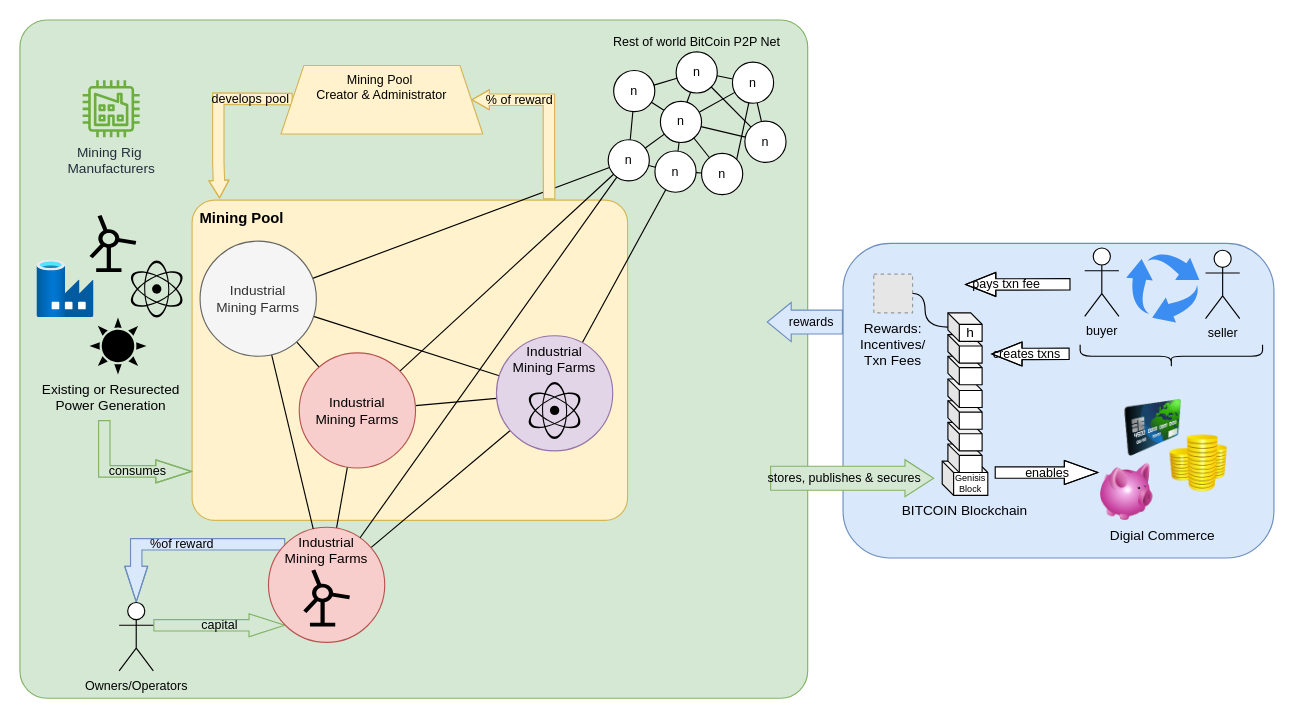
abs2023/tdocs keeps this draw.io diagram as page "Stage 4 - Energy Integration" (4 of 5) of source/macro.drawio. Above is the earlier version. Source tidied: cells renumbered, new cells numbered last; positions are measured from the earlier drawing's top-left corner, leaving out a move shared by most shapes. Both pictures are drawn from the tidied source at 114%, with x=0, y=0 at pixel (19, 19). Pictures stored in the file or linked from it are replaced by grey dashed boxes.
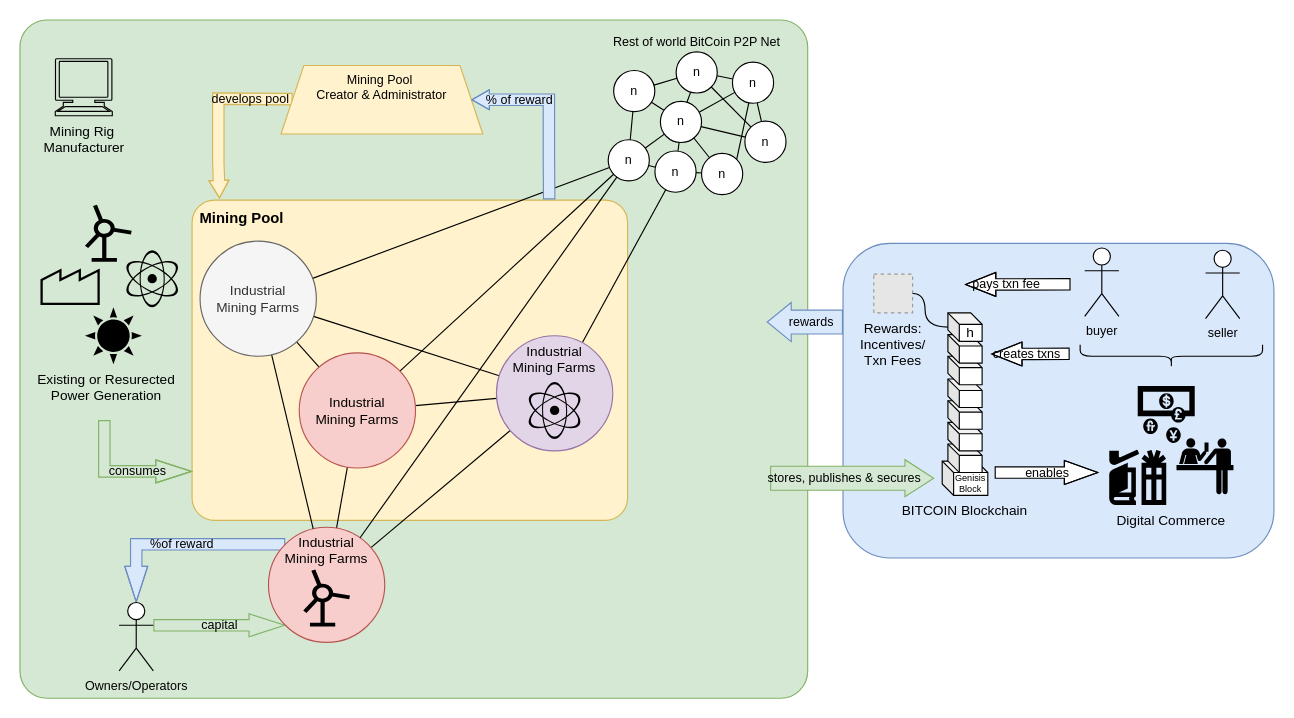
After the change.

The change refers to these unchanged cells:
```xml
<mxCell id="3" style="group;" parent="1" vertex="1">
  <mxGeometry x="640" y="196" width="460" height="276" as="geometry" />
</mxCell>
<mxCell id="27" value="&lt;b style=&quot;font-size: 13px;&quot;&gt;Mining Pool&lt;/b&gt;&amp;nbsp;" style="rounded=1;whiteSpace=wrap;html=1;labelBackgroundColor=none;fontSize=13;align=left;verticalAlign=top;fillColor=#fff2cc;strokeColor=#d6b656;spacingLeft=5;arcSize=7;spacingTop=2;" parent="1" vertex="1">
  <mxGeometry x="151" y="158" width="382" height="281" as="geometry" />
</mxCell>
<mxCell id="68" value="Mining Pool&amp;nbsp;&lt;br&gt;Creator &amp;amp; Administrator" style="shape=trapezoid;perimeter=trapezoidPerimeter;whiteSpace=wrap;html=1;fixedSize=1;labelBackgroundColor=none;fontSize=11;align=center;verticalAlign=top;fillColor=#fff2cc;strokeColor=#d6b656;" parent="1" vertex="1">
  <mxGeometry x="229" y="40" width="177" height="60" as="geometry" />
</mxCell>
```

The edit, as a diff of the source:
```diff
@@
-    <mxCell id="5" value="Digial Commerce&#10;" style="group;labelPosition=center;verticalLabelPosition=bottom;align=center;verticalAlign=top;" parent="3" vertex="1">
-      <mxGeometry x="306" y="137" width="113" height="106" as="geometry" />
-    </mxCell>
-    <mxCell id="6" style="image;html=1;image=img/lib/clip_art/finance/Coins_128x128.png;fontSize=8;align=center;verticalAlign=bottom;" parent="5" vertex="1">
-      <mxGeometry x="63" y="31" width="50" height="50" as="geometry" />
-    </mxCell>
-    <mxCell id="7" style="image;html=1;image=img/lib/clip_art/finance/Piggy_Bank_128x128.png;fontSize=8;align=center;verticalAlign=bottom;" parent="5" vertex="1">
-      <mxGeometry y="56" width="50" height="50" as="geometry" />
-    </mxCell>
-    <mxCell id="8" style="image;html=1;image=img/lib/clip_art/finance/Credit_Card_128x128.png;fontSize=8;align=center;verticalAlign=bottom;" parent="5" vertex="1">
-      <mxGeometry x="23" width="50" height="50" as="geometry" />
-    </mxCell>
@@
-    <mxCell id="20" value="enables" style="shape=flexArrow;endArrow=classic;html=1;rounded=0;fontSize=11;endWidth=10;endSize=9.441666666666666;labelBackgroundColor=none;entryX=0;entryY=0.16;entryDx=0;entryDy=0;entryPerimeter=0;fillColor=#FFFFFF;" parent="3" edge="1" target="7">
+    <mxCell id="20" value="enables" style="shape=flexArrow;endArrow=classic;html=1;rounded=0;fontSize=11;endWidth=10;endSize=9.441666666666666;labelBackgroundColor=none;entryX=0;entryY=0.16;entryDx=0;entryDy=0;entryPerimeter=0;fillColor=#FFFFFF;" parent="3" edge="1">
       <mxGeometry x="65" y="31" as="geometry">
         <mxPoint x="215" y="201" as="sourcePoint" />
+        <mxPoint x="306" y="201" as="targetPoint" />
         <Array as="points">
           <mxPoint x="245" y="201" />
         </Array>
       </mxGeometry>
     </mxCell>
@@
-    <mxCell id="26" style="sketch=0;html=1;strokeColor=none;shadow=0;align=center;verticalAlign=top;fillColor=#3B8DF1;shape=mxgraph.gcp2.arrow_cycle;labelBackgroundColor=none;fontSize=14;" parent="3" vertex="1">
-      <mxGeometry x="330.4" y="8.5" width="64.2" height="61" as="geometry" />
-    </mxCell>
+    <mxCell id="83" value="Digital Commerce" style="group;verticalAlign=top;labelPosition=center;verticalLabelPosition=bottom;align=center;" parent="3" vertex="1">
+      <mxGeometry x="315.5" y="125" width="109" height="104.5" as="geometry" />
+    </mxCell>
+    <mxCell id="84" style="shape=mxgraph.signs.travel.ticket_purchase;html=1;fillColor=#000000;strokeColor=none;verticalLabelPosition=bottom;verticalAlign=top;align=center;sketch=0;" parent="83" vertex="1">
+      <mxGeometry x="59" y="46" width="50" height="50" as="geometry" />
+    </mxCell>
+    <mxCell id="85" style="shape=mxgraph.signs.travel.currency_exchange;html=1;fillColor=#000000;strokeColor=none;verticalLabelPosition=bottom;verticalAlign=top;align=center;sketch=0;" parent="83" vertex="1">
+      <mxGeometry x="25" width="50" height="50" as="geometry" />
+    </mxCell>
+    <mxCell id="86" style="shape=mxgraph.signs.travel.shops;html=1;fillColor=#000000;strokeColor=none;verticalLabelPosition=bottom;verticalAlign=top;align=center;sketch=0;" parent="83" vertex="1">
+      <mxGeometry y="56" width="50" height="48.5" as="geometry" />
+    </mxCell>
@@
-    <mxCell id="29" value="Existing or Resurected&#10;Power Generation" style="group;labelPosition=center;verticalLabelPosition=bottom;align=center;verticalAlign=top;" parent="1" vertex="1">
-      <mxGeometry x="15" y="171" width="130" height="140" as="geometry" />
-    </mxCell>
-    <mxCell id="30" style="shape=mxgraph.signs.science.nuclear_2;html=1;fillColor=#000000;strokeColor=none;verticalLabelPosition=bottom;verticalAlign=top;align=center;sketch=0;fontSize=8;" parent="29" vertex="1">
-      <mxGeometry x="80" y="40" width="50" height="50" as="geometry" />
-    </mxCell>
-    <mxCell id="31" style="shape=mxgraph.signs.nature.sun_3;html=1;fillColor=#000000;strokeColor=none;verticalLabelPosition=bottom;verticalAlign=top;align=center;sketch=0;fontSize=8;" parent="29" vertex="1">
-      <mxGeometry x="46" y="90" width="50" height="50" as="geometry" />
-    </mxCell>
-    <mxCell id="32" style="html=1;align=center;image;fontSize=12;image=img/lib/azure2/databases/Data_Factory.svg;" parent="29" vertex="1">
-      <mxGeometry y="40" width="50" height="50" as="geometry" />
-    </mxCell>
-    <mxCell id="33" style="shape=mxgraph.signs.science.windmill;html=1;fillColor=#000000;strokeColor=none;verticalLabelPosition=bottom;verticalAlign=top;align=center;fontSize=8;" parent="29" vertex="1">
-      <mxGeometry x="46" width="41" height="50" as="geometry" />
-    </mxCell>
-    <mxCell id="34" value="Mining Rig&amp;nbsp;&lt;br&gt;Manufacturers" style="sketch=0;fontColor=#232F3E;gradientColor=none;fillColor=#6CAE3E;strokeColor=none;dashed=0;verticalLabelPosition=bottom;verticalAlign=top;align=center;html=1;fontSize=12;fontStyle=0;shape=mxgraph.aws4.factory;labelBackgroundColor=none;" parent="1" vertex="1">
-      <mxGeometry x="55" y="53" width="50" height="50" as="geometry" />
-    </mxCell>
@@
-    <mxCell id="69" value="% of reward" style="shape=flexArrow;endArrow=classic;html=1;rounded=0;fontSize=11;endWidth=6.666666666666666;endSize=4.772222222222222;labelBackgroundColor=none;fillColor=#fff2cc;entryX=1;entryY=0.5;entryDx=0;entryDy=0;exitX=0.82;exitY=-0.002;exitDx=0;exitDy=0;exitPerimeter=0;strokeColor=#d6b656;" parent="1" edge="1" source="27" target="68">
+    <mxCell id="69" value="% of reward" style="shape=flexArrow;endArrow=classic;html=1;rounded=0;fontSize=11;endWidth=6.666666666666666;endSize=4.772222222222222;labelBackgroundColor=none;fillColor=#dae8fc;entryX=1;entryY=0.5;entryDx=0;entryDy=0;exitX=0.82;exitY=-0.002;exitDx=0;exitDy=0;exitPerimeter=0;strokeColor=#6c8ebf;" parent="1" edge="1" source="27" target="68">
       <mxGeometry x="0.46" relative="1" as="geometry">
         <Array as="points">
           <mxPoint x="464" y="124" />
           <mxPoint x="464" y="70" />
         </Array>
       </mxGeometry>
     </mxCell>
@@
+    <mxCell id="29" value="Existing or Resurected&#10;Power Generation" style="group;labelPosition=center;verticalLabelPosition=bottom;align=center;verticalAlign=top;" parent="1" vertex="1">
+      <mxGeometry x="11" y="162" width="130" height="140" as="geometry" />
+    </mxCell>
+    <mxCell id="30" style="shape=mxgraph.signs.science.nuclear_2;html=1;fillColor=#000000;strokeColor=none;verticalLabelPosition=bottom;verticalAlign=top;align=center;sketch=0;fontSize=8;" parent="29" vertex="1">
+      <mxGeometry x="80" y="40" width="50" height="50" as="geometry" />
+    </mxCell>
+    <mxCell id="31" style="shape=mxgraph.signs.nature.sun_3;html=1;fillColor=#000000;strokeColor=none;verticalLabelPosition=bottom;verticalAlign=top;align=center;sketch=0;fontSize=8;" parent="29" vertex="1">
+      <mxGeometry x="46" y="90" width="50" height="50" as="geometry" />
+    </mxCell>
+    <mxCell id="33" style="shape=mxgraph.signs.science.windmill;html=1;fillColor=#000000;strokeColor=none;verticalLabelPosition=bottom;verticalAlign=top;align=center;fontSize=8;" parent="29" vertex="1">
+      <mxGeometry x="46" width="41" height="50" as="geometry" />
+    </mxCell>
+    <mxCell id="87" value="&amp;nbsp;" style="strokeWidth=2;html=1;shape=mxgraph.lean_mapping.outside_sources;whiteSpace=wrap;align=center;fillColor=#d5e8d4;strokeColor=default;" parent="29" vertex="1">
+      <mxGeometry x="8" y="57" width="50" height="30" as="geometry" />
+    </mxCell>
+    <mxCell id="88" value="Mining Rig&amp;nbsp;&lt;br&gt;Manufacturer" style="shape=mxgraph.signs.tech.computer;html=1;fillColor=#d5e8d4;strokeColor=default;verticalLabelPosition=bottom;verticalAlign=top;align=center;sketch=0;" parent="1" vertex="1">
+      <mxGeometry x="31" y="34" width="50" height="50" as="geometry" />
+    </mxCell>
```
